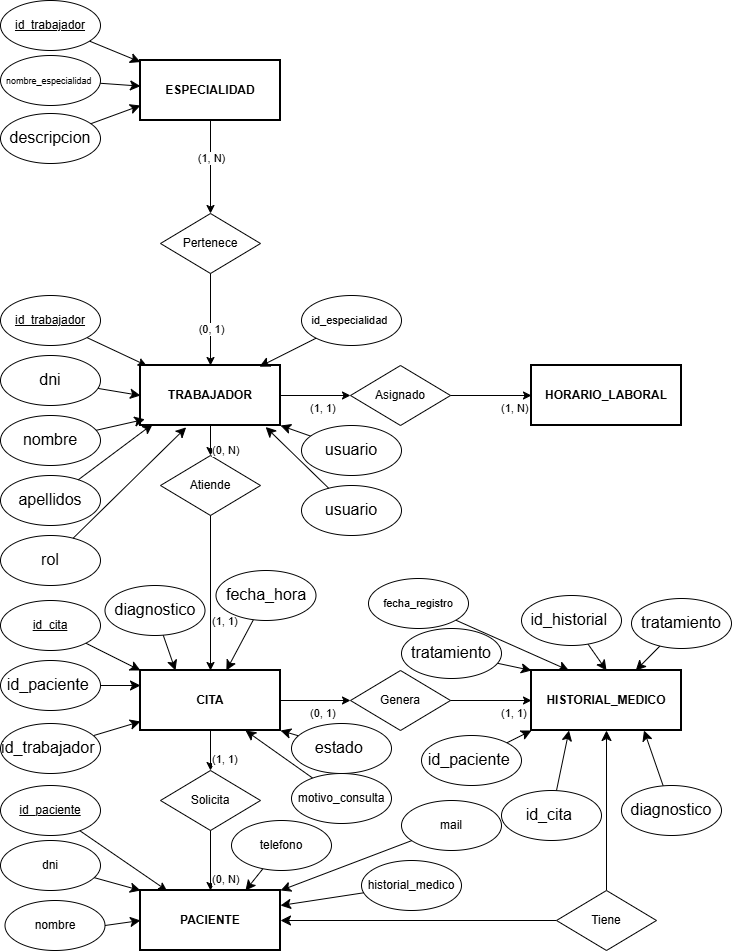
Above: docs/Diagramas/proyect0.drawio.png in pausama3/trabajo_final_grado (draw.io), before the change. Source tidied: cells renumbered, new cells last; positions are measured from the earlier drawing's top-left corner, leaving out a move shared by most shapes.
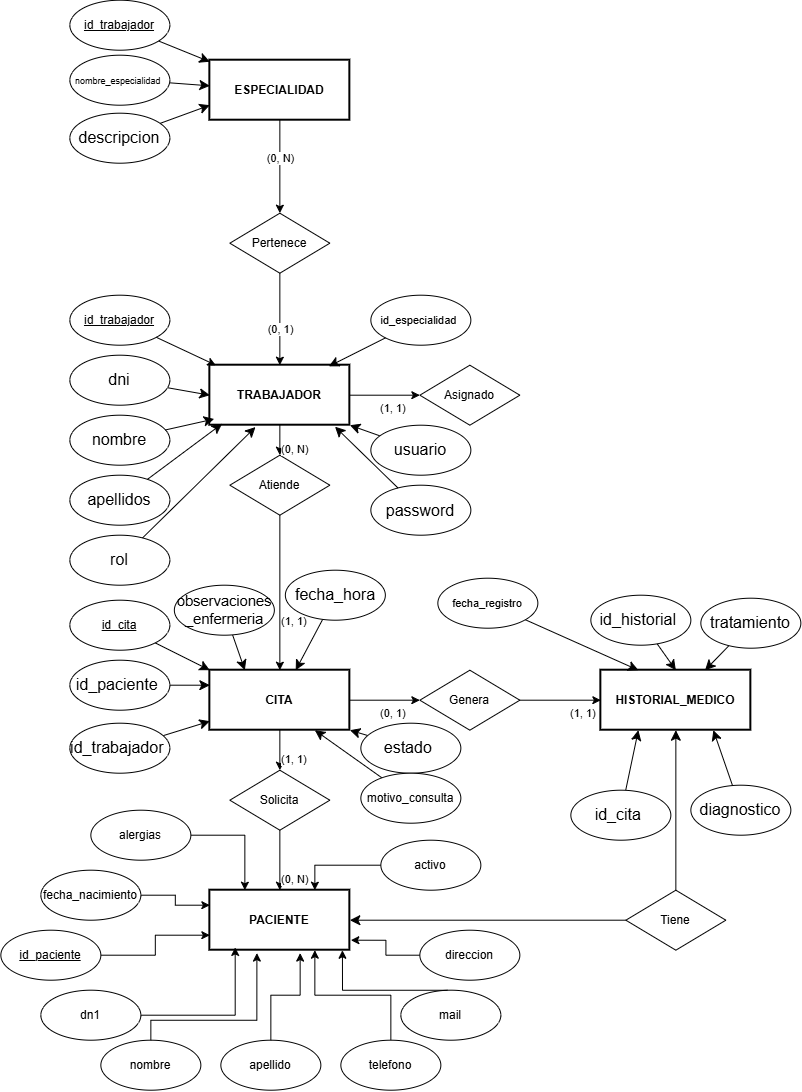
Above is the later version.

Change to the diagram source:
```diff
@@ -5,12 +5,12 @@
     <mxCell id="2" value="PACIENTE" style="whiteSpace=wrap;html=1;fontStyle=1;strokeWidth=2;" parent="1" vertex="1">
       <mxGeometry x="140" y="890" width="140" height="60" as="geometry" />
     </mxCell>
+    <mxCell id="4" style="edgeStyle=orthogonalEdgeStyle;rounded=0;jettySize=auto;html=1;entryX=0;entryY=0.75;entryDx=0;entryDy=0;" parent="1" edge="1" source="3" target="2">
+      <mxGeometry relative="1" as="geometry" />
+    </mxCell>
     <mxCell id="3" value="&lt;u&gt;id_paciente&lt;/u&gt;" style="ellipse;whiteSpace=wrap;html=1;" parent="1" vertex="1">
-      <mxGeometry y="785" width="100" height="50" as="geometry" />
+      <mxGeometry x="-69" y="930" width="100" height="50" as="geometry" />
     </mxCell>
-    <mxCell id="4" parent="1" edge="1" source="3" target="2">
-      <mxGeometry relative="1" as="geometry" />
-    </mxCell>
     <mxCell id="5" value="TRABAJADOR" style="whiteSpace=wrap;html=1;fontStyle=1;strokeWidth=2;" parent="1" vertex="1">
       <mxGeometry x="140" y="365" width="140" height="60" as="geometry" />
     </mxCell>
@@ -29,7 +29,7 @@
     <mxCell id="10" parent="1" edge="1" source="8" target="9">
       <mxGeometry relative="1" as="geometry" />
     </mxCell>
-    <mxCell id="11" value="(1, N)" style="edgeLabel;html=1;align=center;verticalAlign=middle;" parent="10" vertex="1">
+    <mxCell id="11" value="(0, N)" style="edgeLabel;html=1;align=center;verticalAlign=middle;" parent="10" vertex="1">
       <mxGeometry x="-0.2" relative="1" as="geometry" />
     </mxCell>
     <mxCell id="12" style="exitX=0.5;exitY=1;exitDx=0;exitDy=0;" parent="1" edge="1" source="9" target="5">
@@ -71,9 +71,6 @@
     <mxCell id="24" value="(0, N)" style="edgeLabel;html=1;" parent="23" vertex="1">
       <mxGeometry x="0.2" relative="1" as="geometry" />
     </mxCell>
-    <mxCell id="25" value="HORARIO_LABORAL" style="whiteSpace=wrap;html=1;fontStyle=1;strokeWidth=2;" parent="1" vertex="1">
-      <mxGeometry x="531" y="365" width="150" height="60" as="geometry" />
-    </mxCell>
     <mxCell id="26" value="Asignado" style="rhombus;whiteSpace=wrap;html=1;" parent="1" vertex="1">
       <mxGeometry x="350" y="365" width="100" height="60" as="geometry" />
     </mxCell>
@@ -83,12 +80,6 @@
     <mxCell id="28" value="(1, 1)" style="edgeLabel;html=1;" parent="27" vertex="1">
       <mxGeometry x="-0.2" relative="1" as="geometry" />
     </mxCell>
-    <mxCell id="29" parent="1" edge="1" source="26" target="25">
-      <mxGeometry relative="1" as="geometry" />
-    </mxCell>
-    <mxCell id="30" value="(1, N)" style="edgeLabel;html=1;" parent="29" vertex="1">
-      <mxGeometry x="0.2" relative="1" as="geometry" />
-    </mxCell>
     <mxCell id="31" value="HISTORIAL_MEDICO" style="whiteSpace=wrap;html=1;fontStyle=1;strokeWidth=2;" parent="1" vertex="1">
       <mxGeometry x="531" y="670" width="150" height="60" as="geometry" />
     </mxCell>
@@ -161,7 +152,7 @@
     <mxCell id="54" value="&lt;span style=&quot;font-size:12.0pt;line-height:115%;&lt;br/&gt;font-family:&amp;quot;Aptos&amp;quot;,sans-serif;mso-fareast-font-family:Aptos;mso-bidi-font-family:&lt;br/&gt;Arial;mso-ansi-language:ES;mso-fareast-language:EN-US;mso-bidi-language:AR-SA&quot;&gt;usuario&lt;/span&gt;" style="ellipse;whiteSpace=wrap;html=1;" parent="1" vertex="1">
       <mxGeometry x="301" y="425" width="100" height="50" as="geometry" />
     </mxCell>
-    <mxCell id="55" value="&lt;span style=&quot;font-size:12.0pt;line-height:115%;&lt;br/&gt;font-family:&amp;quot;Aptos&amp;quot;,sans-serif;mso-fareast-font-family:Aptos;mso-bidi-font-family:&lt;br/&gt;Arial;mso-ansi-language:ES;mso-fareast-language:EN-US;mso-bidi-language:AR-SA&quot;&gt;usuario&lt;/span&gt;" style="ellipse;whiteSpace=wrap;html=1;" parent="1" vertex="1">
+    <mxCell id="55" value="&lt;span style=&quot;font-size: 16px;&quot;&gt;password&lt;/span&gt;" style="ellipse;whiteSpace=wrap;html=1;" parent="1" vertex="1">
       <mxGeometry x="301" y="485" width="100" height="50" as="geometry" />
     </mxCell>
     <mxCell id="56" style="edgeStyle=none;curved=1;rounded=0;jettySize=auto;html=1;entryX=0.894;entryY=1.025;entryDx=0;entryDy=0;entryPerimeter=0;fontSize=12;startSize=8;endSize=8;" parent="1" edge="1" source="55" target="5">
@@ -206,7 +197,7 @@
     <mxCell id="69" style="edgeStyle=none;curved=1;rounded=0;jettySize=auto;html=1;entryX=0.25;entryY=0;entryDx=0;entryDy=0;fontSize=12;startSize=8;endSize=8;" parent="1" edge="1" source="70" target="14">
       <mxGeometry relative="1" as="geometry" />
     </mxCell>
-    <mxCell id="70" value="&lt;span style=&quot;font-size:12.0pt;line-height:115%;&lt;br/&gt;font-family:&amp;quot;Aptos&amp;quot;,sans-serif;mso-fareast-font-family:Aptos;mso-bidi-font-family:&lt;br/&gt;Arial;mso-ansi-language:ES;mso-fareast-language:EN-US;mso-bidi-language:AR-SA&quot;&gt;diagnostico&lt;/span&gt;" style="ellipse;whiteSpace=wrap;html=1;" parent="1" vertex="1">
+    <mxCell id="70" value="&lt;code&gt;&lt;span lang=&quot;es&quot; style=&quot;font-size:11.0pt;&lt;br/&gt;line-height:150%;font-family:&amp;quot;Arial&amp;quot;,sans-serif;mso-fareast-font-family:Arial;&lt;br/&gt;mso-ansi-language:#000A;mso-fareast-language:ES;mso-bidi-language:AR-SA&quot;&gt;observaciones&lt;br&gt;_enfermeria&lt;/span&gt;&lt;/code&gt;" style="ellipse;whiteSpace=wrap;html=1;" parent="1" vertex="1">
       <mxGeometry x="104.5" y="585" width="100" height="50" as="geometry" />
     </mxCell>
     <mxCell id="71" style="edgeStyle=none;curved=1;rounded=0;jettySize=auto;html=1;entryX=1;entryY=0.5;entryDx=0;entryDy=0;fontSize=12;startSize=8;endSize=8;" parent="1" edge="1" source="73" target="2">
@@ -218,38 +209,26 @@
     <mxCell id="73" value="Tiene" style="rhombus;whiteSpace=wrap;html=1;" parent="1" vertex="1">
       <mxGeometry x="556" y="890" width="100" height="60" as="geometry" />
     </mxCell>
-    <mxCell id="74" style="edgeStyle=none;curved=1;rounded=0;jettySize=auto;html=1;entryX=0;entryY=0;entryDx=0;entryDy=0;fontSize=12;startSize=8;endSize=8;" parent="1" edge="1" source="75" target="2">
-      <mxGeometry relative="1" as="geometry" />
-    </mxCell>
-    <mxCell id="75" value="&lt;span style=&quot;line-height: 115%;&quot;&gt;&lt;font&gt;dni&lt;/font&gt;&lt;/span&gt;" style="ellipse;whiteSpace=wrap;html=1;" parent="1" vertex="1">
-      <mxGeometry y="840" width="100" height="50" as="geometry" />
+    <mxCell id="75" value="&lt;span style=&quot;line-height: 115%;&quot;&gt;&lt;font&gt;nombre&lt;/font&gt;&lt;/span&gt;" style="ellipse;whiteSpace=wrap;html=1;" parent="1" vertex="1">
+      <mxGeometry x="31" y="1040" width="100" height="50" as="geometry" />
     </mxCell>
-    <mxCell id="76" style="edgeStyle=none;curved=1;rounded=0;jettySize=auto;html=1;exitX=1;exitY=0.5;exitDx=0;exitDy=0;entryX=0;entryY=0.5;entryDx=0;entryDy=0;fontSize=12;startSize=8;endSize=8;" parent="1" edge="1" source="77" target="2">
-      <mxGeometry relative="1" as="geometry" />
-    </mxCell>
-    <mxCell id="77" value="&lt;span style=&quot;line-height: 115%;&quot;&gt;&lt;font&gt;nombre&lt;/font&gt;&lt;/span&gt;" style="ellipse;whiteSpace=wrap;html=1;" parent="1" vertex="1">
-      <mxGeometry x="4.5" y="900" width="100" height="50" as="geometry" />
+    <mxCell id="77" value="&lt;span style=&quot;line-height: 115%;&quot;&gt;&lt;font&gt;dn1&lt;/font&gt;&lt;/span&gt;" style="ellipse;whiteSpace=wrap;html=1;" parent="1" vertex="1">
+      <mxGeometry x="-29" y="990" width="100" height="50" as="geometry" />
     </mxCell>
-    <mxCell id="78" style="edgeStyle=none;curved=1;rounded=0;jettySize=auto;html=1;entryX=0.75;entryY=0;entryDx=0;entryDy=0;fontSize=12;startSize=8;endSize=8;" parent="1" edge="1" source="79" target="2">
-      <mxGeometry relative="1" as="geometry" />
-    </mxCell>
-    <mxCell id="79" value="&lt;span style=&quot;line-height: 115%;&quot;&gt;&lt;font&gt;telefono&lt;/font&gt;&lt;/span&gt;" style="ellipse;whiteSpace=wrap;html=1;" parent="1" vertex="1">
-      <mxGeometry x="231" y="820" width="100" height="50" as="geometry" />
+    <mxCell id="79" value="&lt;span style=&quot;line-height: 115%;&quot;&gt;&lt;font&gt;apellido&lt;/font&gt;&lt;/span&gt;" style="ellipse;whiteSpace=wrap;html=1;" parent="1" vertex="1">
+      <mxGeometry x="151" y="1040" width="100" height="50" as="geometry" />
     </mxCell>
-    <mxCell id="80" style="edgeStyle=none;curved=1;rounded=0;jettySize=auto;html=1;entryX=1;entryY=0;entryDx=0;entryDy=0;fontSize=12;startSize=8;endSize=8;" parent="1" edge="1" source="81" target="2">
-      <mxGeometry relative="1" as="geometry" />
-    </mxCell>
     <mxCell id="81" value="&lt;span style=&quot;line-height: 115%;&quot;&gt;&lt;font&gt;mail&lt;/font&gt;&lt;/span&gt;" style="ellipse;whiteSpace=wrap;html=1;" parent="1" vertex="1">
-      <mxGeometry x="401" y="800" width="100" height="50" as="geometry" />
+      <mxGeometry x="331" y="990" width="100" height="50" as="geometry" />
     </mxCell>
     <mxCell id="82" style="edgeStyle=orthogonalEdgeStyle;curved=1;rounded=0;orthogonalLoop=1;jettySize=auto;html=1;innerLoopWaypoints=1;exitX=0.5;exitY=1;exitDx=0;exitDy=0;fontSize=12;startSize=8;endSize=8;" parent="1" edge="1" source="66" target="66">
       <mxGeometry relative="1" as="geometry" />
     </mxCell>
-    <mxCell id="83" style="edgeStyle=none;curved=1;rounded=0;jettySize=auto;html=1;entryX=1;entryY=0.25;entryDx=0;entryDy=0;fontSize=12;startSize=8;endSize=8;" parent="1" edge="1" source="84" target="2">
+    <mxCell id="83" style="edgeStyle=orthogonalEdgeStyle;rounded=0;jettySize=auto;html=1;entryX=0.75;entryY=1;entryDx=0;entryDy=0;" parent="1" edge="1" source="84" target="2">
       <mxGeometry relative="1" as="geometry" />
     </mxCell>
-    <mxCell id="84" value="&lt;span style=&quot;line-height: 115%;&quot;&gt;&lt;font&gt;historial_medico&lt;/font&gt;&lt;/span&gt;" style="ellipse;whiteSpace=wrap;html=1;" parent="1" vertex="1">
-      <mxGeometry x="361" y="860" width="100" height="50" as="geometry" />
+    <mxCell id="84" value="&lt;span style=&quot;line-height: 115%;&quot;&gt;&lt;font&gt;telefono&lt;/font&gt;&lt;/span&gt;" style="ellipse;whiteSpace=wrap;html=1;" parent="1" vertex="1">
+      <mxGeometry x="271" y="1040" width="100" height="50" as="geometry" />
     </mxCell>
     <mxCell id="85" style="edgeStyle=none;curved=1;rounded=0;jettySize=auto;html=1;entryX=0.75;entryY=1;entryDx=0;entryDy=0;fontSize=12;startSize=8;endSize=8;" parent="1" edge="1" source="86" target="31">
       <mxGeometry relative="1" as="geometry" />
@@ -263,12 +242,6 @@
     <mxCell id="88" value="&lt;span style=&quot;font-size:12.0pt;line-height:115%;&lt;br/&gt;font-family:&amp;quot;Aptos&amp;quot;,sans-serif;mso-fareast-font-family:Aptos;mso-bidi-font-family:&lt;br/&gt;Arial;mso-ansi-language:ES;mso-fareast-language:EN-US;mso-bidi-language:AR-SA&quot;&gt;id_cita&amp;nbsp;&lt;/span&gt;" style="ellipse;whiteSpace=wrap;html=1;" parent="1" vertex="1">
       <mxGeometry x="501" y="790" width="100" height="50" as="geometry" />
     </mxCell>
-    <mxCell id="89" style="edgeStyle=none;curved=1;rounded=0;jettySize=auto;html=1;entryX=0;entryY=1;entryDx=0;entryDy=0;fontSize=12;startSize=8;endSize=8;" parent="1" edge="1" source="90" target="31">
-      <mxGeometry relative="1" as="geometry" />
-    </mxCell>
-    <mxCell id="90" value="&lt;span style=&quot;font-size:12.0pt;line-height:115%;&lt;br/&gt;font-family:&amp;quot;Aptos&amp;quot;,sans-serif;mso-fareast-font-family:Aptos;mso-bidi-font-family:&lt;br/&gt;Arial;mso-ansi-language:ES;mso-fareast-language:EN-US;mso-bidi-language:AR-SA&quot;&gt;id_paciente&amp;nbsp;&lt;/span&gt;" style="ellipse;whiteSpace=wrap;html=1;" parent="1" vertex="1">
-      <mxGeometry x="421" y="735" width="100" height="50" as="geometry" />
-    </mxCell>
     <mxCell id="91" style="edgeStyle=none;curved=1;rounded=0;jettySize=auto;html=1;entryX=0.5;entryY=0;entryDx=0;entryDy=0;fontSize=12;startSize=8;endSize=8;" parent="1" edge="1" source="92" target="31">
       <mxGeometry relative="1" as="geometry" />
     </mxCell>
@@ -281,17 +254,58 @@
     <mxCell id="94" value="&lt;span style=&quot;font-size:12.0pt;line-height:115%;&lt;br/&gt;font-family:&amp;quot;Aptos&amp;quot;,sans-serif;mso-fareast-font-family:Aptos;mso-bidi-font-family:&lt;br/&gt;Arial;mso-ansi-language:ES;mso-fareast-language:EN-US;mso-bidi-language:AR-SA&quot;&gt;tratamiento&lt;/span&gt;" style="ellipse;whiteSpace=wrap;html=1;" parent="1" vertex="1">
       <mxGeometry x="631" y="598" width="100" height="50" as="geometry" />
     </mxCell>
-    <mxCell id="95" style="edgeStyle=none;curved=1;rounded=0;jettySize=auto;html=1;entryX=0;entryY=0;entryDx=0;entryDy=0;fontSize=12;startSize=8;endSize=8;" parent="1" edge="1" source="96" target="31">
-      <mxGeometry relative="1" as="geometry" />
-    </mxCell>
-    <mxCell id="96" value="&lt;span style=&quot;font-size:12.0pt;line-height:115%;&lt;br/&gt;font-family:&amp;quot;Aptos&amp;quot;,sans-serif;mso-fareast-font-family:Aptos;mso-bidi-font-family:&lt;br/&gt;Arial;mso-ansi-language:ES;mso-fareast-language:EN-US;mso-bidi-language:AR-SA&quot;&gt;tratamiento&lt;/span&gt;" style="ellipse;whiteSpace=wrap;html=1;" parent="1" vertex="1">
-      <mxGeometry x="401" y="628" width="100" height="50" as="geometry" />
-    </mxCell>
     <mxCell id="97" style="edgeStyle=none;curved=1;rounded=0;jettySize=auto;html=1;entryX=0.25;entryY=0;entryDx=0;entryDy=0;fontSize=12;startSize=8;endSize=8;" parent="1" edge="1" source="98" target="31">
       <mxGeometry relative="1" as="geometry" />
     </mxCell>
     <mxCell id="98" value="&lt;font style=&quot;font-size: 11px;&quot;&gt;&lt;span style=&quot;line-height: 115%;&quot;&gt;fecha_&lt;/span&gt;&lt;span style=&quot;line-height: 115%;&quot;&gt;registro&lt;/span&gt;&lt;/font&gt;" style="ellipse;whiteSpace=wrap;html=1;" parent="1" vertex="1">
       <mxGeometry x="368" y="578" width="100" height="50" as="geometry" />
     </mxCell>
+    <mxCell id="99" style="edgeStyle=orthogonalEdgeStyle;rounded=0;jettySize=auto;html=1;entryX=0;entryY=0.25;entryDx=0;entryDy=0;" parent="1" edge="1" source="100" target="2">
+      <mxGeometry relative="1" as="geometry" />
+    </mxCell>
+    <mxCell id="100" value="fecha_nacimiento" style="ellipse;whiteSpace=wrap;html=1;" parent="1" vertex="1">
+      <mxGeometry x="-29" y="870" width="100" height="50" as="geometry" />
+    </mxCell>
+    <mxCell id="101" style="edgeStyle=orthogonalEdgeStyle;rounded=0;jettySize=auto;html=1;" parent="1" edge="1" source="102">
+      <mxGeometry relative="1" as="geometry">
+        <mxPoint x="281" y="940" as="targetPoint" />
+      </mxGeometry>
+    </mxCell>
+    <mxCell id="102" value="direccion" style="ellipse;whiteSpace=wrap;html=1;" parent="1" vertex="1">
+      <mxGeometry x="350" y="930" width="100" height="50" as="geometry" />
+    </mxCell>
+    <mxCell id="103" style="edgeStyle=orthogonalEdgeStyle;rounded=0;jettySize=auto;html=1;entryX=0.25;entryY=0;entryDx=0;entryDy=0;" parent="1" edge="1" source="104" target="2">
+      <mxGeometry relative="1" as="geometry" />
+    </mxCell>
+    <mxCell id="104" value="alergias" style="ellipse;whiteSpace=wrap;html=1;" parent="1" vertex="1">
+      <mxGeometry x="21" y="810" width="100" height="50" as="geometry" />
+    </mxCell>
+    <mxCell id="105" style="edgeStyle=orthogonalEdgeStyle;rounded=0;jettySize=auto;html=1;entryX=0.75;entryY=0;entryDx=0;entryDy=0;" parent="1" edge="1" source="106" target="2">
+      <mxGeometry relative="1" as="geometry" />
+    </mxCell>
+    <mxCell id="106" value="activo" style="ellipse;whiteSpace=wrap;html=1;" parent="1" vertex="1">
+      <mxGeometry x="311" y="840" width="100" height="50" as="geometry" />
+    </mxCell>
+    <mxCell id="80" style="edgeStyle=orthogonalEdgeStyle;rounded=0;jettySize=auto;html=1;entryX=0.947;entryY=1.001;entryDx=0;entryDy=0;entryPerimeter=0;" parent="1" edge="1" source="81" target="2">
+      <mxGeometry relative="1" as="geometry">
+        <Array as="points">
+          <mxPoint x="272.6" y="990.1" />
+        </Array>
+      </mxGeometry>
+    </mxCell>
+    <mxCell id="78" style="edgeStyle=orthogonalEdgeStyle;rounded=0;jettySize=auto;html=1;entryX=0.645;entryY=1.048;entryDx=0;entryDy=0;entryPerimeter=0;" parent="1" edge="1" source="79" target="2">
+      <mxGeometry relative="1" as="geometry" />
+    </mxCell>
+    <mxCell id="74" style="edgeStyle=orthogonalEdgeStyle;rounded=0;jettySize=auto;html=1;entryX=0.336;entryY=1.048;entryDx=0;entryDy=0;entryPerimeter=0;" parent="1" edge="1" source="75" target="2">
+      <mxGeometry relative="1" as="geometry">
+        <Array as="points">
+          <mxPoint x="81" y="1020.1" />
+          <mxPoint x="187" y="1020.1" />
+        </Array>
+      </mxGeometry>
+    </mxCell>
+    <mxCell id="76" style="edgeStyle=orthogonalEdgeStyle;rounded=0;jettySize=auto;html=1;entryX=0.181;entryY=0.954;entryDx=0;entryDy=0;entryPerimeter=0;" parent="1" edge="1" source="77" target="2">
+      <mxGeometry relative="1" as="geometry" />
+    </mxCell>
   </root>
 </mxGraphModel>
```
